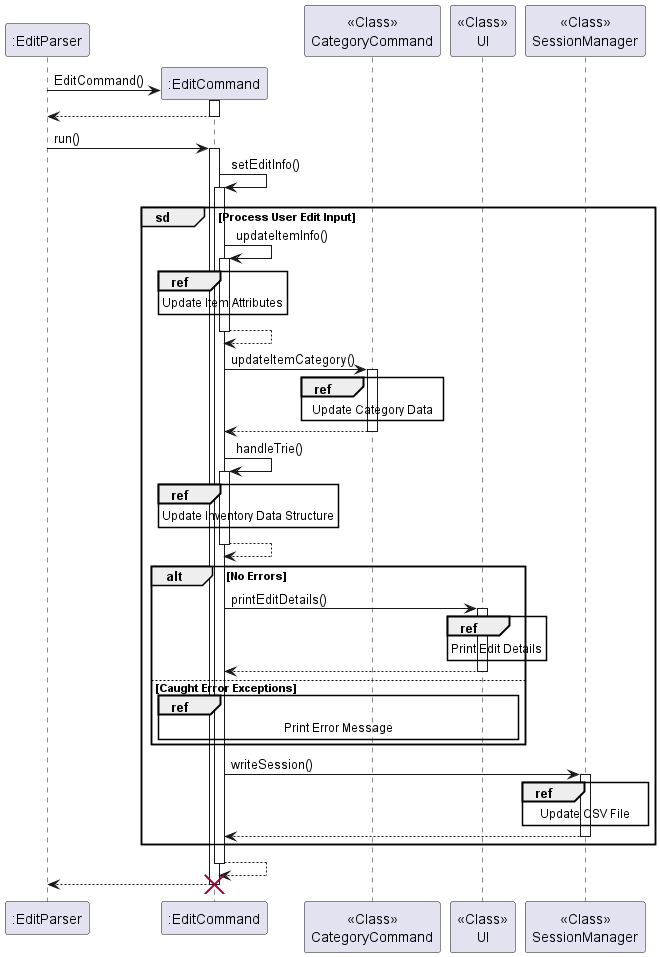
The PlantUML diagram docs/UML/Edit/EditCommand.png in nus-cs2113-AY2223S2/tp, before a commit. The source it was exported from:
```plantuml
@startuml

":EditParser" -> ":EditCommand" **:EditCommand()
activate ":EditCommand"
":EditCommand" --> ":EditParser"
deactivate ":EditCommand"
":EditParser" -> ":EditCommand": run()
activate ":EditCommand"
":EditCommand" -> ":EditCommand": setEditInfo()
activate ":EditCommand"
group sd [Process User Edit Input]
    ":EditCommand"->":EditCommand": updateItemInfo()
    activate ":EditCommand"
    ref over ":EditCommand": Update Item Attributes
    ":EditCommand"-->":EditCommand"
    deactivate ":EditCommand"
    ":EditCommand" -> "<<Class>>\nCategoryCommand": updateItemCategory()
    activate "<<Class>>\nCategoryCommand"
    ref over "<<Class>>\nCategoryCommand": Update Category Data
    "<<Class>>\nCategoryCommand" --> ":EditCommand"
    deactivate "<<Class>>\nCategoryCommand"
    ":EditCommand"->":EditCommand": handleTrie()
    activate ":EditCommand"
    ref over ":EditCommand": Update Inventory Data Structure
    ":EditCommand"-->":EditCommand"
    deactivate ":EditCommand"
    alt No Errors
        ":EditCommand" -> "<<Class>>\nUI":printEditDetails()
        activate "<<Class>>\nUI"
        ref over "<<Class>>\nUI":Print Edit Details
        "<<Class>>\nUI" --> ":EditCommand"
        deactivate "<<Class>>\nUI"
    else Caught Error Exceptions
        ref over ":EditCommand","<<Class>>\nUI": Print Error Message
    end
    ":EditCommand" -> "<<Class>>\nSessionManager": writeSession()
    activate "<<Class>>\nSessionManager"
    ref over "<<Class>>\nSessionManager": Update CSV File
    "<<Class>>\nSessionManager" --> ":EditCommand"
    deactivate "<<Class>>\nSessionManager"

end
":EditCommand" --> ":EditCommand"
deactivate ":EditCommand"
":EditCommand" --> ":EditParser"
destroy ":EditCommand"
@enduml
```
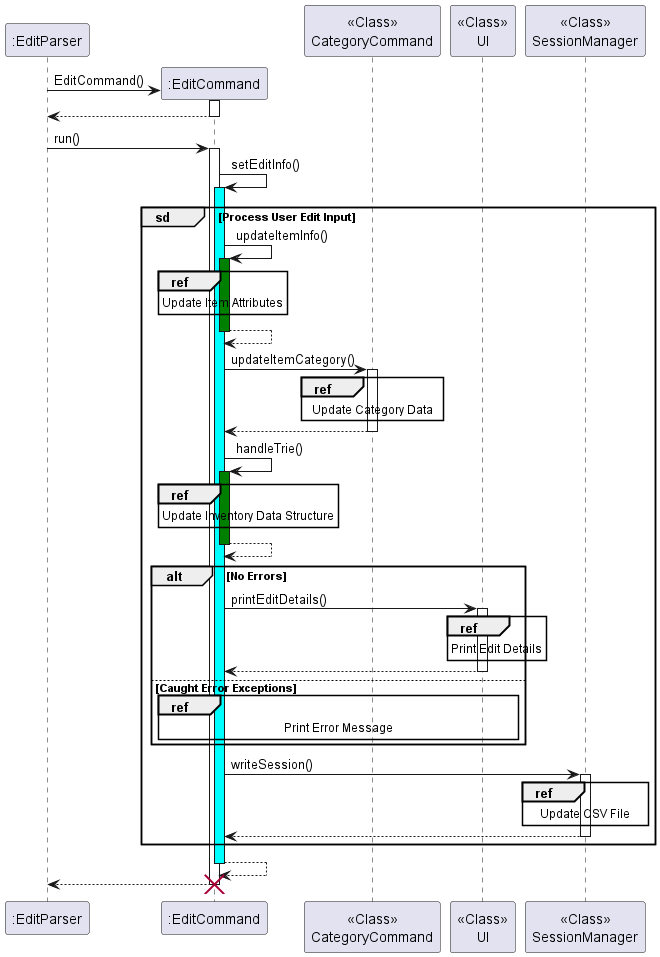
After the commit.

Diff of the diagram source:
```diff
@@ -7,10 +7,10 @@
 ":EditParser" -> ":EditCommand": run()
 activate ":EditCommand"
 ":EditCommand" -> ":EditCommand": setEditInfo()
-activate ":EditCommand"
+activate ":EditCommand" #Cyan
 group sd [Process User Edit Input]
     ":EditCommand"->":EditCommand": updateItemInfo()
-    activate ":EditCommand"
+    activate ":EditCommand" #Green
     ref over ":EditCommand": Update Item Attributes
     ":EditCommand"-->":EditCommand"
     deactivate ":EditCommand"
@@ -20,7 +20,7 @@
     "<<Class>>\nCategoryCommand" --> ":EditCommand"
     deactivate "<<Class>>\nCategoryCommand"
     ":EditCommand"->":EditCommand": handleTrie()
-    activate ":EditCommand"
+    activate ":EditCommand" #Green
     ref over ":EditCommand": Update Inventory Data Structure
     ":EditCommand"-->":EditCommand"
     deactivate ":EditCommand"
```
